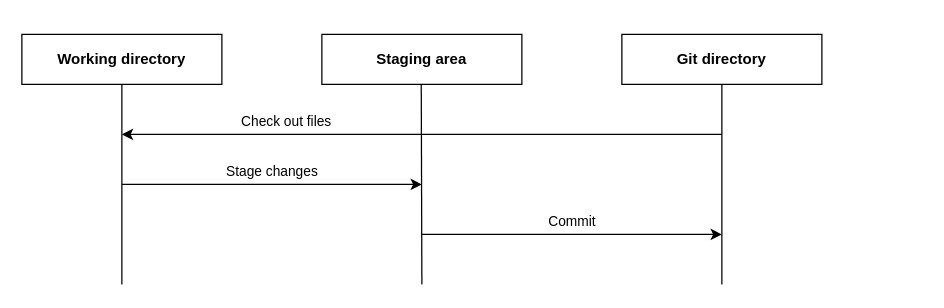
Before: diagrams/git-project-main-parts.drawio in thomas-rasmussen/git-tutorial, a draw.io diagram. Source tidied: cells renumbered, new cells numbered last; positions are measured from the earlier drawing's top-left corner, leaving out a move shared by most shapes. Both pictures are drawn from the tidied source at 125%, with x=0, y=0 at pixel (21, 34).
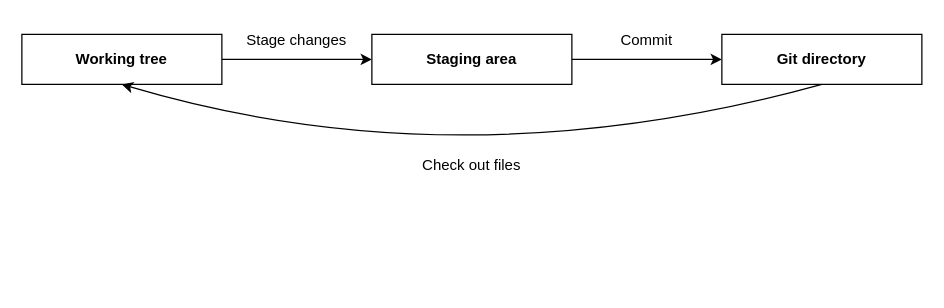
The same diagram, later.

The edit, as a diff of the source:
```diff
@@
 <mxGraphModel>
   <root>
     <mxCell id="0" />
     <mxCell id="1" parent="0" />
+    <mxCell id="11" style="edgeStyle=orthogonalEdgeStyle;rounded=0;jettySize=auto;html=1;" parent="1" edge="1" source="2" target="3">
+      <mxGeometry relative="1" as="geometry" />
+    </mxCell>
-    <mxCell id="2" value="Working directory" style="rounded=0;whiteSpace=wrap;html=1;fontStyle=1;" parent="1" vertex="1">
+    <mxCell id="2" value="Working tree" style="rounded=0;whiteSpace=wrap;html=1;fontStyle=1;" parent="1" vertex="1">
       <mxGeometry width="160" height="40" as="geometry" />
     </mxCell>
+    <mxCell id="12" style="edgeStyle=orthogonalEdgeStyle;rounded=0;jettySize=auto;html=1;entryX=0;entryY=0.5;entryDx=0;entryDy=0;" parent="1" edge="1" source="3" target="4">
+      <mxGeometry relative="1" as="geometry" />
+    </mxCell>
     <mxCell id="3" value="Staging area" style="rounded=0;whiteSpace=wrap;html=1;fontStyle=1;" parent="1" vertex="1">
-      <mxGeometry x="240" width="160" height="40" as="geometry" />
+      <mxGeometry x="280" width="160" height="40" as="geometry" />
     </mxCell>
     <mxCell id="4" value="Git directory" style="rounded=0;whiteSpace=wrap;html=1;fontStyle=1;" parent="1" vertex="1">
-      <mxGeometry x="480" width="160" height="40" as="geometry" />
+      <mxGeometry x="560" width="160" height="40" as="geometry" />
     </mxCell>
-    <mxCell id="5" style="endArrow=none;html=1;rounded=0;" parent="1" edge="1">
-      <mxGeometry relative="1" as="geometry">
-        <mxPoint x="80" y="200" as="sourcePoint" />
-        <mxPoint x="80" y="40" as="targetPoint" />
-      </mxGeometry>
-    </mxCell>
-    <mxCell id="6" style="endArrow=none;html=1;rounded=0;" parent="1" edge="1">
-      <mxGeometry relative="1" as="geometry">
-        <mxPoint x="320" y="200" as="sourcePoint" />
-        <mxPoint x="319.5" y="40" as="targetPoint" />
-      </mxGeometry>
-    </mxCell>
-    <mxCell id="7" style="endArrow=none;html=1;rounded=0;" parent="1" edge="1">
-      <mxGeometry relative="1" as="geometry">
-        <mxPoint x="560" y="200" as="sourcePoint" />
-        <mxPoint x="560" y="40" as="targetPoint" />
-      </mxGeometry>
-    </mxCell>
-    <mxCell id="8" value="Check out files" style="endArrow=classic;html=1;rounded=0;verticalAlign=bottom;labelPosition=left;verticalLabelPosition=middle;align=right;spacing=3;labelBackgroundColor=none;spacingLeft=0;spacingRight=70;" parent="1" edge="1">
-      <mxGeometry relative="1" as="geometry">
-        <mxPoint x="560" y="80" as="sourcePoint" />
-        <mxPoint x="80" y="80" as="targetPoint" />
-      </mxGeometry>
-    </mxCell>
+    <mxCell id="13" style="curved=1;endArrow=classic;html=1;rounded=0;exitX=0.5;exitY=1;exitDx=0;exitDy=0;entryX=0.5;entryY=1;entryDx=0;entryDy=0;" parent="1" edge="1" source="4" target="2">
+      <mxGeometry relative="1" as="geometry">
+        <Array as="points">
+          <mxPoint x="350" y="120" />
+        </Array>
+      </mxGeometry>
+    </mxCell>
-    <mxCell id="9" value="Stage changes" style="endArrow=classic;html=1;rounded=0;verticalAlign=bottom;spacing=3;align=center;labelBackgroundColor=none;spacingRight=0;labelPosition=center;verticalLabelPosition=middle;" parent="1" edge="1">
-      <mxGeometry relative="1" as="geometry">
-        <mxPoint x="80" y="120" as="sourcePoint" />
-        <mxPoint x="320" y="120" as="targetPoint" />
-      </mxGeometry>
+    <mxCell id="9" value="Stage changes" style="text;html=1;align=center;verticalAlign=middle;whiteSpace=wrap;rounded=0;" parent="1" vertex="1">
+      <mxGeometry x="160" y="-10" width="120" height="30" as="geometry" />
     </mxCell>
-    <mxCell id="10" value="Commit" style="endArrow=classic;html=1;rounded=0;labelBackgroundColor=none;labelPosition=center;verticalLabelPosition=middle;align=center;verticalAlign=bottom;spacing=3;" parent="1" edge="1">
-      <mxGeometry relative="1" as="geometry">
-        <mxPoint x="320" y="160" as="sourcePoint" />
-        <mxPoint x="560" y="160" as="targetPoint" />
-      </mxGeometry>
+    <mxCell id="10" value="Commit" style="text;html=1;align=center;verticalAlign=middle;whiteSpace=wrap;rounded=0;" parent="1" vertex="1">
+      <mxGeometry x="440" y="-10" width="120" height="30" as="geometry" />
     </mxCell>
+    <mxCell id="8" value="Check out files" style="text;html=1;align=center;verticalAlign=middle;whiteSpace=wrap;rounded=0;" parent="1" vertex="1">
+      <mxGeometry x="300" y="90" width="120" height="30" as="geometry" />
+    </mxCell>
   </root>
 </mxGraphModel>
```
